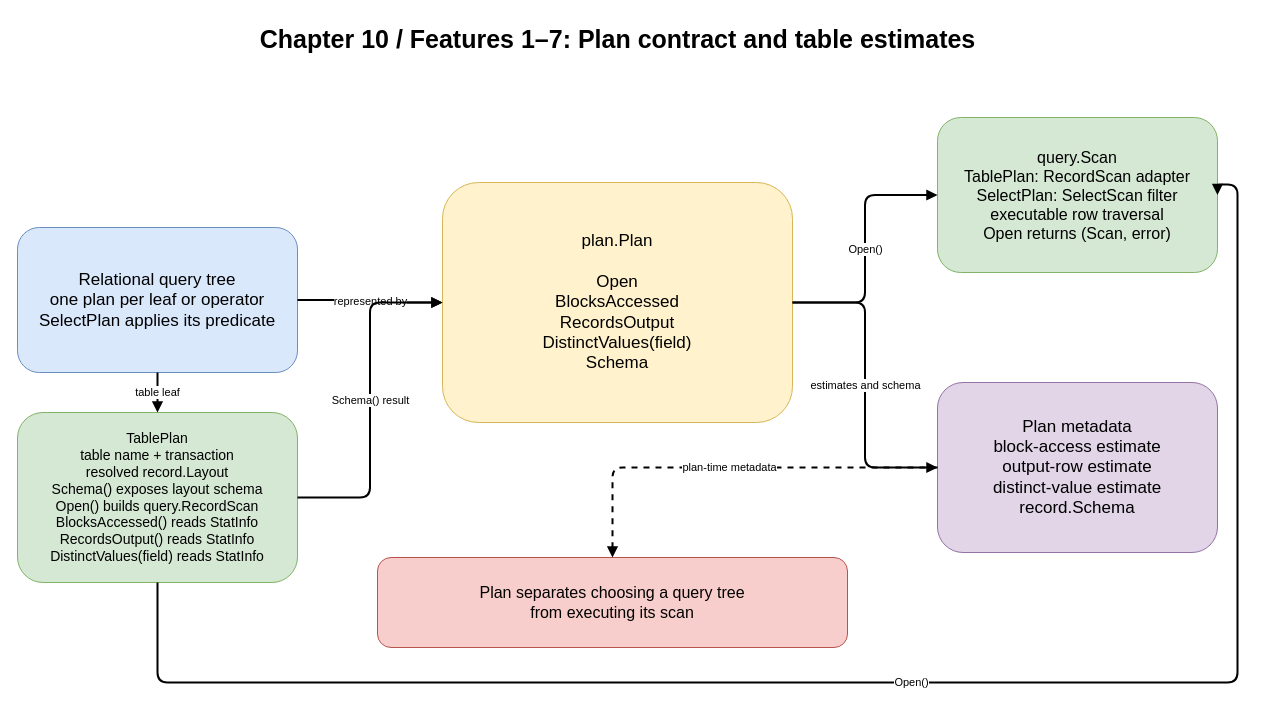
The draw.io diagram docs/diagrams/ch10-plan-contract.drawio in Rwatana/simledb_in_go, before the edit. Source tidied: cells renumbered, new cells numbered last; positions are measured from the earlier drawing's top-left corner, leaving out a move shared by most shapes. Both pictures are drawn from the tidied source at 100%, with x=0, y=0 at pixel (17, 17).
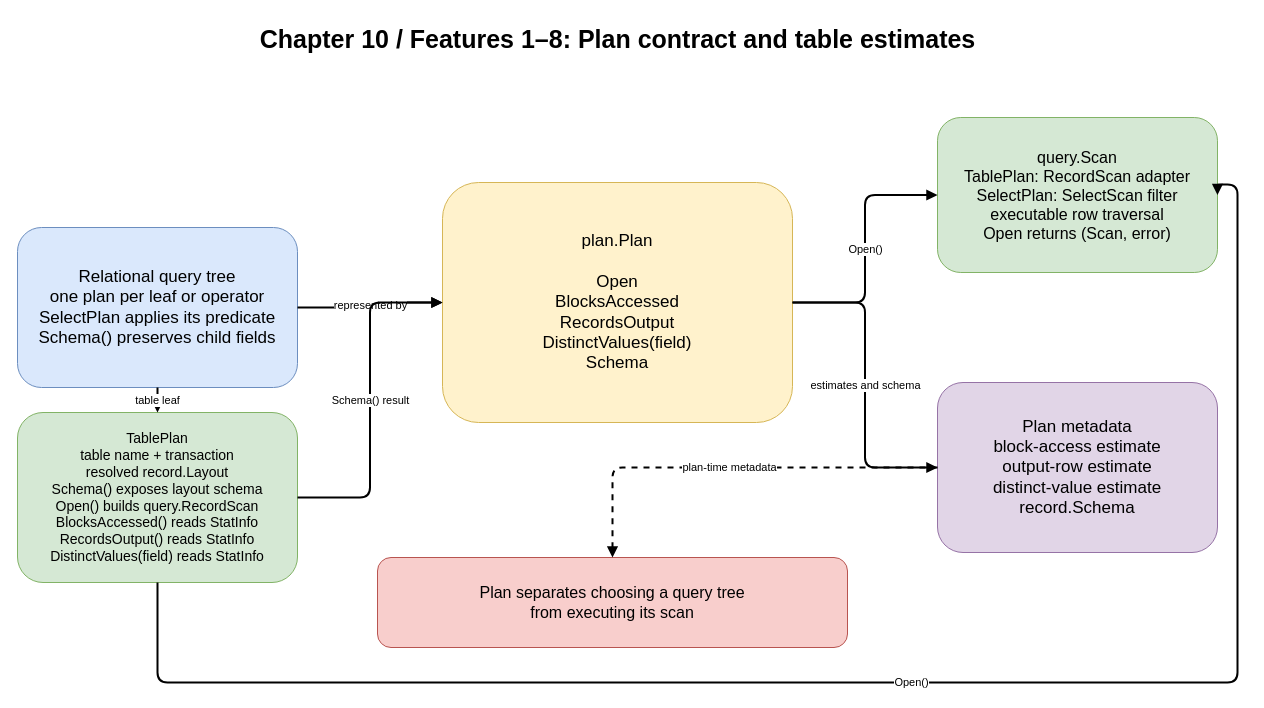
After the change.

Commit message (it also covers changes not shown here):
feat: expose select plan schema

Change to the diagram source:
```diff
@@
 <mxGraphModel>
   <root>
     <mxCell id="0" />
     <mxCell id="1" parent="0" />
-    <mxCell id="2" value="Chapter 10 / Features 1–7: Plan contract and table estimates" style="text;html=1;align=center;fontSize=25;fontStyle=1;" parent="1" vertex="1">
+    <mxCell id="2" value="Chapter 10 / Features 1–8: Plan contract and table estimates" style="text;html=1;align=center;fontSize=25;fontStyle=1;" parent="1" vertex="1">
       <mxGeometry x="100" width="1000" height="55" as="geometry" />
     </mxCell>
-    <mxCell id="3" value="Relational query tree&#10;one plan per leaf or operator&#10;SelectPlan applies its predicate" style="rounded=1;whiteSpace=wrap;html=1;fillColor=#dae8fc;strokeColor=#6c8ebf;fontSize=17;" parent="1" vertex="1">
-      <mxGeometry y="210" width="280" height="145" as="geometry" />
+    <mxCell id="3" value="Relational query tree&#10;one plan per leaf or operator&#10;SelectPlan applies its predicate&#10;Schema() preserves child fields" style="rounded=1;whiteSpace=wrap;html=1;fillColor=#dae8fc;strokeColor=#6c8ebf;fontSize=17;" parent="1" vertex="1">
+      <mxGeometry y="210" width="280" height="160" as="geometry" />
     </mxCell>
     <mxCell id="4" value="TablePlan&#10;table name + transaction&#10;resolved record.Layout&#10;Schema() exposes layout schema&#10;Open() builds query.RecordScan&#10;BlocksAccessed() reads StatInfo&#10;RecordsOutput() reads StatInfo&#10;DistinctValues(field) reads StatInfo" style="rounded=1;whiteSpace=wrap;html=1;fillColor=#d5e8d4;strokeColor=#82b366;fontSize=14;" parent="1" vertex="1">
       <mxGeometry y="395" width="280" height="170" as="geometry" />
     </mxCell>
     <mxCell id="5" value="plan.Plan&#10;&#10;Open&#10;BlocksAccessed&#10;RecordsOutput&#10;DistinctValues(field)&#10;Schema" style="rounded=1;whiteSpace=wrap;html=1;fillColor=#fff2cc;strokeColor=#d6b656;fontSize=17;" parent="1" vertex="1">
       <mxGeometry x="425" y="165" width="350" height="240" as="geometry" />
     </mxCell>
     <mxCell id="6" value="query.Scan&#10;TablePlan: RecordScan adapter&#10;SelectPlan: SelectScan filter&#10;executable row traversal&#10;Open returns (Scan, error)" style="rounded=1;whiteSpace=wrap;html=1;fillColor=#d5e8d4;strokeColor=#82b366;fontSize=16;" parent="1" vertex="1">
       <mxGeometry x="920" y="100" width="280" height="155" as="geometry" />
     </mxCell>
     <mxCell id="7" value="Plan metadata&#10;block-access estimate&#10;output-row estimate&#10;distinct-value estimate&#10;record.Schema" style="rounded=1;whiteSpace=wrap;html=1;fillColor=#e1d5e7;strokeColor=#9673a6;fontSize=17;" parent="1" vertex="1">
       <mxGeometry x="920" y="365" width="280" height="170" as="geometry" />
     </mxCell>
     <mxCell id="8" value="Plan separates choosing a query tree&#10;from executing its scan" style="rounded=1;whiteSpace=wrap;html=1;fillColor=#f8cecc;strokeColor=#b85450;fontSize=16;" parent="1" vertex="1">
       <mxGeometry x="360" y="540" width="470" height="90" as="geometry" />
     </mxCell>
     <mxCell id="9" value="represented by" style="edgeStyle=orthogonalEdgeStyle;html=1;endArrow=block;strokeWidth=2;" parent="1" edge="1" source="3" target="5">
       <mxGeometry relative="1" as="geometry" />
     </mxCell>
     <mxCell id="10" value="table leaf" style="edgeStyle=orthogonalEdgeStyle;html=1;endArrow=block;strokeWidth=2;" parent="1" edge="1" source="3" target="4">
       <mxGeometry relative="1" as="geometry" />
     </mxCell>
     <mxCell id="11" value="Schema() result" style="edgeStyle=orthogonalEdgeStyle;html=1;endArrow=block;strokeWidth=2;" parent="1" edge="1" source="4" target="5">
       <mxGeometry relative="1" as="geometry" />
     </mxCell>
     <mxCell id="12" value="Open()" style="edgeStyle=orthogonalEdgeStyle;html=1;endArrow=block;strokeWidth=2;exitX=0.5;exitY=1;exitDx=0;exitDy=0;entryX=1;entryY=0.5;entryDx=0;entryDy=0;" parent="1" edge="1" source="4" target="6">
       <mxGeometry relative="1" as="geometry">
         <Array as="points">
           <mxPoint x="140" y="665" />
           <mxPoint x="1220" y="665" />
           <mxPoint x="1220" y="167" />
         </Array>
       </mxGeometry>
     </mxCell>
     <mxCell id="13" value="Open()" style="edgeStyle=orthogonalEdgeStyle;html=1;endArrow=block;strokeWidth=2;" parent="1" edge="1" source="5" target="6">
       <mxGeometry relative="1" as="geometry" />
     </mxCell>
     <mxCell id="14" value="estimates and schema" style="edgeStyle=orthogonalEdgeStyle;html=1;endArrow=block;strokeWidth=2;" parent="1" edge="1" source="5" target="7">
       <mxGeometry relative="1" as="geometry" />
     </mxCell>
     <mxCell id="15" value="plan-time metadata" style="edgeStyle=orthogonalEdgeStyle;html=1;endArrow=block;strokeWidth=2;dashed=1;" parent="1" edge="1" source="7" target="8">
       <mxGeometry relative="1" as="geometry" />
     </mxCell>
   </root>
 </mxGraphModel>
```
